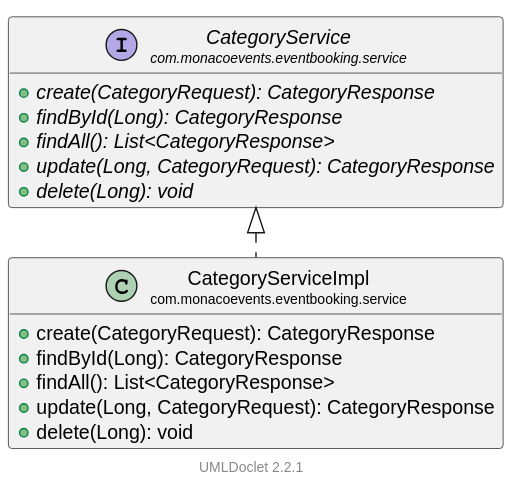
LorisDrid/event-booking-api keeps this PlantUML diagram as docs/uml/com/monacoevents/eventbooking/service/CategoryServiceImpl.svg. Above is the earlier version. Its diagram source:
```plantuml
@startuml


    !pragma layout smetana

    set namespaceSeparator none
    hide empty fields
    hide empty methods

    class "<size:14>CategoryServiceImpl\n<size:10>com.monacoevents.eventbooking.service" as com.monacoevents.eventbooking.service.CategoryServiceImpl [[..\..\..\..\..\..\target\reports\apidocs\com\monacoevents\eventbooking\service\CategoryServiceImpl.html]] {
        +create(CategoryRequest): CategoryResponse
        +findById(Long): CategoryResponse
        +findAll(): List<CategoryResponse>
        +update(Long, CategoryRequest): CategoryResponse
        +delete(Long): void
    }

    interface "<size:14>CategoryService\n<size:10>com.monacoevents.eventbooking.service" as com.monacoevents.eventbooking.service.CategoryService [[..\..\..\..\..\..\target\reports\apidocs\com\monacoevents\eventbooking\service\CategoryService.html]] {
        {abstract} +create(CategoryRequest): CategoryResponse
        {abstract} +findById(Long): CategoryResponse
        {abstract} +findAll(): List<CategoryResponse>
        {abstract} +update(Long, CategoryRequest): CategoryResponse
        {abstract} +delete(Long): void
    }

    com.monacoevents.eventbooking.service.CategoryService <|.. com.monacoevents.eventbooking.service.CategoryServiceImpl

    <style>
        footer {
            HyperLinkColor #8
            HyperLinkUnderlineThickness 0
        }
    </style>
    footer \n[[https://github.com/talsma-ict/umldoclet UMLDoclet 2.2.1]]
@enduml
```
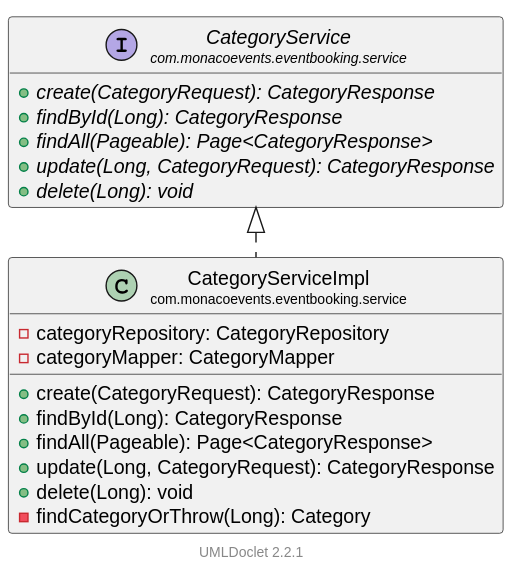
After the commit.

Change to the diagram source:
```diff
@@ -8,17 +8,20 @@
     hide empty methods
 
     class "<size:14>CategoryServiceImpl\n<size:10>com.monacoevents.eventbooking.service" as com.monacoevents.eventbooking.service.CategoryServiceImpl [[..\..\..\..\..\..\target\reports\apidocs\com\monacoevents\eventbooking\service\CategoryServiceImpl.html]] {
+        -categoryRepository: CategoryRepository
+        -categoryMapper: CategoryMapper
         +create(CategoryRequest): CategoryResponse
         +findById(Long): CategoryResponse
-        +findAll(): List<CategoryResponse>
+        +findAll(Pageable): Page<CategoryResponse>
         +update(Long, CategoryRequest): CategoryResponse
         +delete(Long): void
+        -findCategoryOrThrow(Long): Category
     }
 
     interface "<size:14>CategoryService\n<size:10>com.monacoevents.eventbooking.service" as com.monacoevents.eventbooking.service.CategoryService [[..\..\..\..\..\..\target\reports\apidocs\com\monacoevents\eventbooking\service\CategoryService.html]] {
         {abstract} +create(CategoryRequest): CategoryResponse
         {abstract} +findById(Long): CategoryResponse
-        {abstract} +findAll(): List<CategoryResponse>
+        {abstract} +findAll(Pageable): Page<CategoryResponse>
         {abstract} +update(Long, CategoryRequest): CategoryResponse
         {abstract} +delete(Long): void
     }
```
